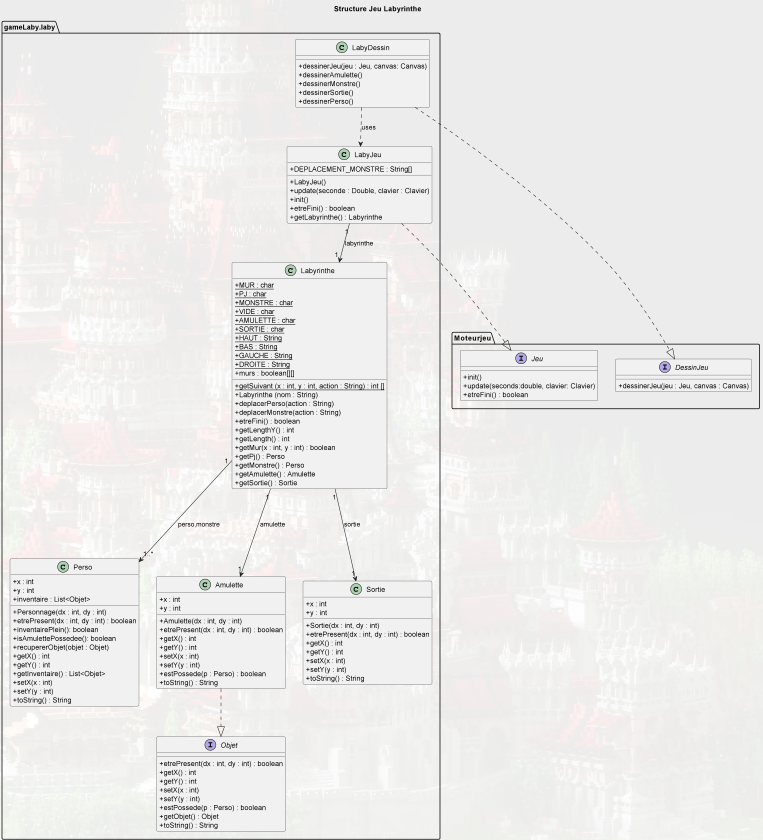
Above: documents/version_3/diagrammeClasseV3.png in TanguyFox/2022_Zeldiablo_renard136u_seiler33u_serrier26u_arcelin1u (PlantUML), before the change. Its source is kept beside it as documents/version_3/diagrammeClasseV3.puml.
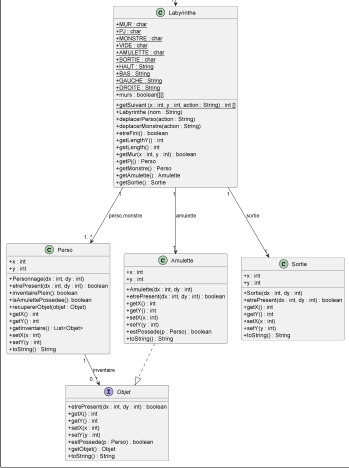
After the change.

Commit message:
Diagramme de classe V3

The edit, as a diff of the source:
```diff
@@ -39,18 +39,11 @@
 +etreFini() : boolean
 +getLabyrinthe() : Labyrinthe
 }
-class LabyDessin{
-+dessinerJeu(jeu : Jeu, canvas: Canvas)
-+dessinerAmulette()
-+dessinerMonstre()
-+dessinerSortie()
-+dessinerPerso()
-}
+
 
 class Perso{
 + x : int
 + y : int
-+ inventaire : List<Objet>
 + Personnage(dx : int, dy : int)
 + etrePresent(dx : int, dy : int) : boolean
 + inventairePlein(): boolean
@@ -101,26 +94,15 @@
 }
 }
 
-package Moteurjeu{
-interface Jeu{
-+ init()
-+update(seconds:double, clavier: Clavier)
-+etreFini() : boolean
-}
-
-interface DessinJeu{
-+ dessinerJeu(jeu : Jeu, canvas : Canvas)
-}
-}
 
 
-LabyJeu .|> Jeu
-LabyDessin ...|> DessinJeu
+
+
 LabyJeu "1" --> "1 " Labyrinthe : labyrinthe
 Labyrinthe "1" ---> "1..*" Perso : perso,monstre
 Labyrinthe "1" ---> "1" Sortie : sortie
 Labyrinthe "1" ---> "1" Amulette : amulette
 Amulette  ..|>  Objet
-LabyDessin ..> LabyJeu : uses
+Perso "1"--> "0..*"Objet : inventaire
 
 @enduml
```
